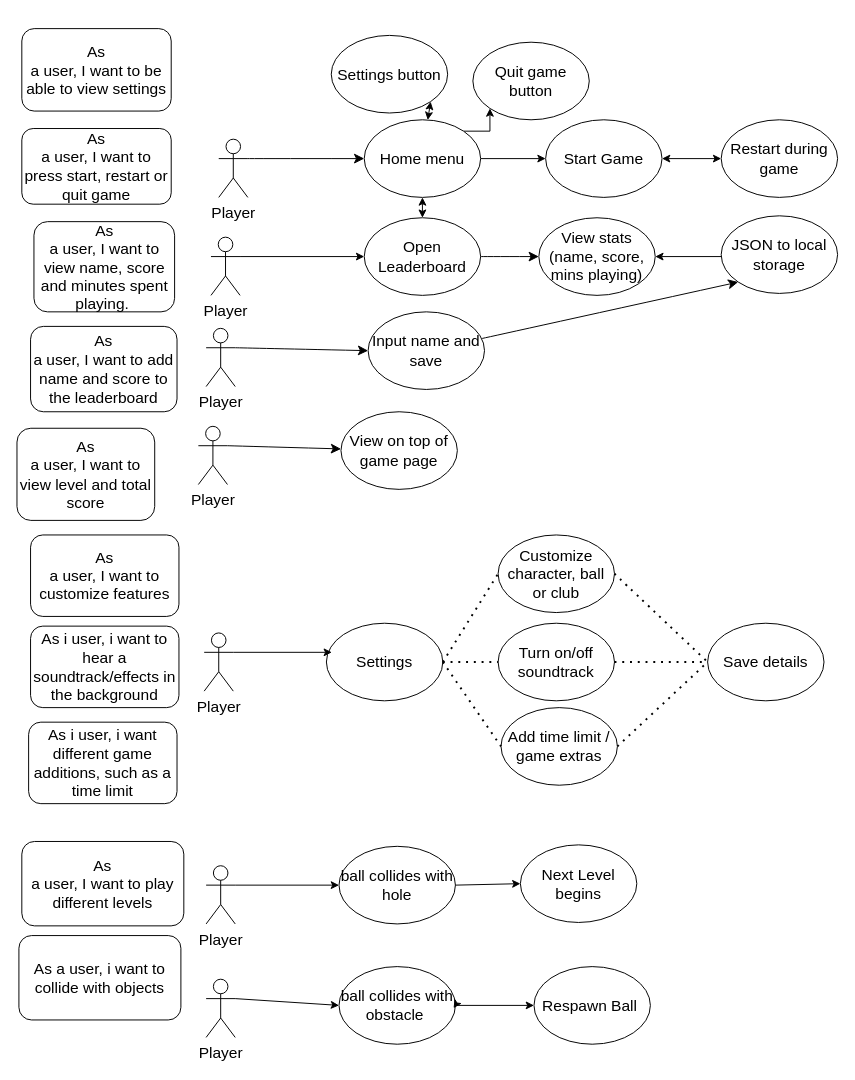
Earlier version of the draw.io diagram Computing Practice - comp1004/1 - Planning/User Stories/UserCases.drawio (Mattrfish/Comp-1004---Computing-Practice). Source tidied: cells renumbered, new cells numbered last; positions are measured from the earlier drawing's top-left corner, leaving out a move shared by most shapes. Both pictures are drawn from the tidied source at 97%, with x=0, y=0 at pixel (16, 28).
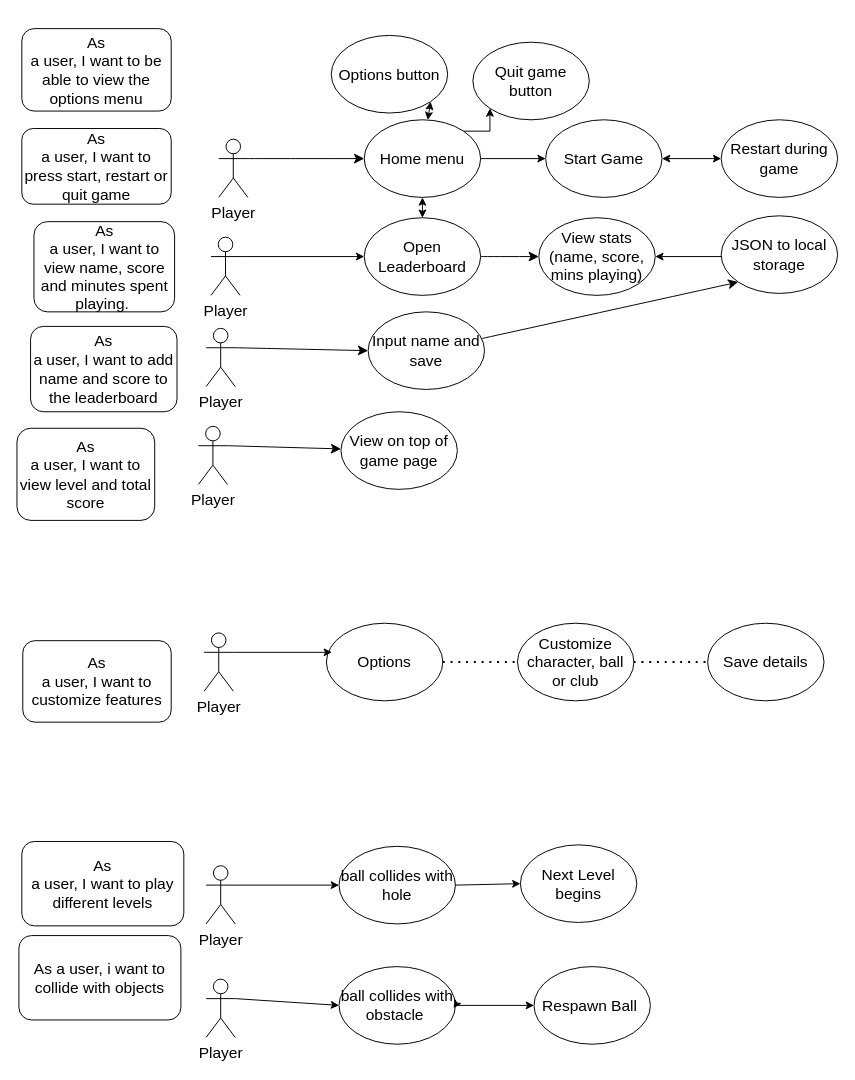
Above is the later version.

The change refers to these unchanged cells:
```xml
<mxCell id="27" value="Save details" style="ellipse;whiteSpace=wrap;html=1;fontSize=16;" parent="1" vertex="1">
  <mxGeometry x="712" y="613" width="120" height="80" as="geometry" />
</mxCell>
```

Diff of the diagram source:
```diff
@@
     <mxCell id="6" value="&lt;p class=&quot;MsoNormal&quot;&gt;As&lt;br/&gt;a user, I want to customize features&lt;/p&gt;" style="rounded=1;whiteSpace=wrap;html=1;fontSize=16;" parent="1" vertex="1">
-      <mxGeometry x="14" y="522" width="153" height="84" as="geometry" />
+      <mxGeometry x="6" y="631" width="153" height="84" as="geometry" />
     </mxCell>
@@
     <mxCell id="25" value="Customize character, ball or club" style="ellipse;whiteSpace=wrap;html=1;fontSize=16;" parent="1" vertex="1">
-      <mxGeometry x="496" y="522" width="120" height="80" as="geometry" />
+      <mxGeometry x="516" y="613" width="120" height="80" as="geometry" />
     </mxCell>
-    <mxCell id="26" value="Settings button" style="ellipse;whiteSpace=wrap;html=1;fontSize=16;" parent="1" vertex="1">
+    <mxCell id="26" value="Options button" style="ellipse;whiteSpace=wrap;html=1;fontSize=16;" parent="1" vertex="1">
       <mxGeometry x="324" y="7" width="120" height="80" as="geometry" />
     </mxCell>
@@
-    <mxCell id="40" value="Turn on/off soundtrack" style="ellipse;whiteSpace=wrap;html=1;fontSize=16;" parent="1" vertex="1">
-      <mxGeometry x="496" y="613" width="120" height="80" as="geometry" />
-    </mxCell>
-    <mxCell id="41" value="Settings" style="ellipse;whiteSpace=wrap;html=1;fontSize=16;" parent="1" vertex="1">
+    <mxCell id="41" value="Options" style="ellipse;whiteSpace=wrap;html=1;fontSize=16;" parent="1" vertex="1">
       <mxGeometry x="319" y="613" width="120" height="80" as="geometry" />
     </mxCell>
@@
-    <mxCell id="44" value="&lt;p class=&quot;MsoNormal&quot;&gt;As&lt;br/&gt;a user, I want to be able to view settings&lt;/p&gt;" style="rounded=1;whiteSpace=wrap;html=1;fontSize=16;" parent="1" vertex="1">
+    <mxCell id="44" value="&lt;p class=&quot;MsoNormal&quot;&gt;As&lt;br&gt;a user, I want to be able to view the options menu&lt;/p&gt;" style="rounded=1;whiteSpace=wrap;html=1;fontSize=16;" parent="1" vertex="1">
       <mxGeometry x="5" width="154" height="85" as="geometry" />
     </mxCell>
@@
-    <mxCell id="48" value="&lt;p class=&quot;MsoNormal&quot;&gt;As i user, i want to hear a soundtrack/effects in the background&lt;/p&gt;" style="rounded=1;whiteSpace=wrap;html=1;fontSize=16;" parent="1" vertex="1">
-      <mxGeometry x="14" y="616" width="153" height="84" as="geometry" />
-    </mxCell>
-    <mxCell id="49" style="endArrow=none;dashed=1;html=1;dashPattern=1 3;strokeWidth=2;rounded=0;exitX=1;exitY=0.5;exitDx=0;exitDy=0;entryX=0;entryY=0.5;entryDx=0;entryDy=0;" parent="1" edge="1" source="41" target="40">
-      <mxGeometry relative="1" as="geometry" />
-    </mxCell>
-    <mxCell id="50" style="endArrow=none;dashed=1;html=1;dashPattern=1 3;strokeWidth=2;rounded=0;exitX=1;exitY=0.5;exitDx=0;exitDy=0;entryX=0;entryY=0.5;entryDx=0;entryDy=0;" parent="1" edge="1" source="40" target="27">
-      <mxGeometry relative="1" as="geometry" />
-    </mxCell>
-    <mxCell id="51" value="Add time limit / game extras" style="ellipse;whiteSpace=wrap;html=1;fontSize=16;" parent="1" vertex="1">
-      <mxGeometry x="499" y="700" width="120" height="80" as="geometry" />
-    </mxCell>
-    <mxCell id="52" style="endArrow=none;dashed=1;html=1;dashPattern=1 3;strokeWidth=2;rounded=0;exitX=1;exitY=0.5;exitDx=0;exitDy=0;entryX=0;entryY=0.5;entryDx=0;entryDy=0;" parent="1" edge="1" source="41" target="51">
-      <mxGeometry relative="1" as="geometry" />
-    </mxCell>
-    <mxCell id="53" style="endArrow=none;dashed=1;html=1;dashPattern=1 3;strokeWidth=2;rounded=0;exitX=1;exitY=0.5;exitDx=0;exitDy=0;entryX=0;entryY=0.5;entryDx=0;entryDy=0;" parent="1" edge="1" source="51" target="27">
-      <mxGeometry relative="1" as="geometry" />
-    </mxCell>
-    <mxCell id="54" value="&lt;p class=&quot;MsoNormal&quot;&gt;As i user, i want different game additions, such as a time limit&lt;/p&gt;" style="rounded=1;whiteSpace=wrap;html=1;fontSize=16;" parent="1" vertex="1">
-      <mxGeometry x="12" y="715" width="153" height="84" as="geometry" />
-    </mxCell>
```
